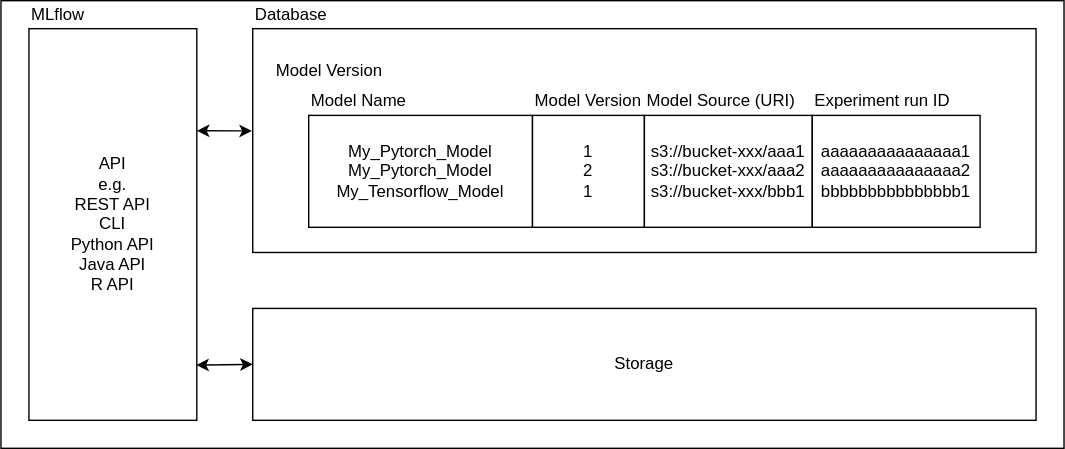
The draw.io diagram mlflow_model_registry.drawio.svg in Minyus/mlflow_docs, before a commit. Source tidied: cells renumbered, new cells last; positions are measured from the earlier drawing's top-left corner, leaving out a move shared by most shapes.
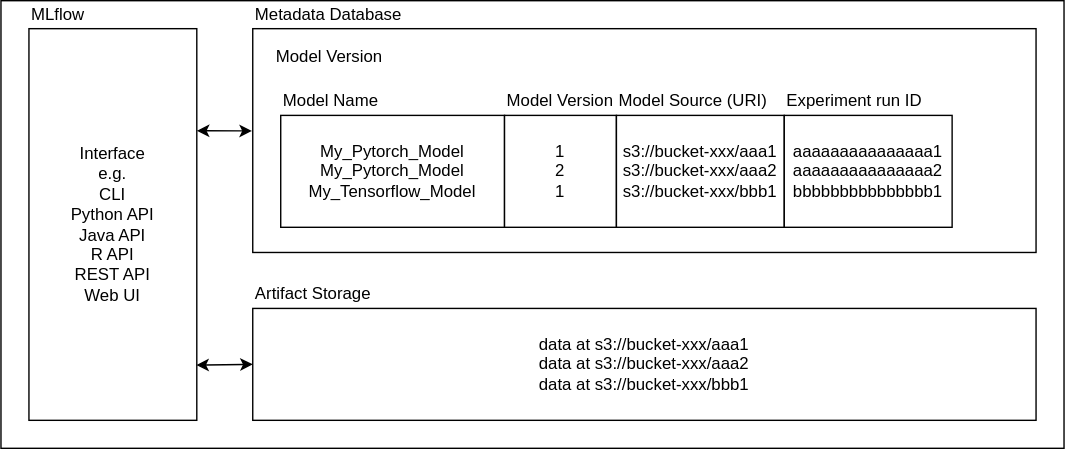
The same diagram one commit later.

Commit message:
Update model registry image

Diff of the diagram source:
```diff
@@ -3,13 +3,13 @@
     <mxCell id="0" />
     <mxCell id="1" parent="0" />
     <mxCell id="2" style="rounded=0;whiteSpace=wrap;html=1;" parent="1" vertex="1">
-      <mxGeometry width="760" height="320" as="geometry" />
+      <mxGeometry x="20" width="760" height="320" as="geometry" />
     </mxCell>
     <mxCell id="3" style="rounded=0;whiteSpace=wrap;html=1;" parent="1" vertex="1">
-      <mxGeometry x="180" y="20" width="560" height="160" as="geometry" />
+      <mxGeometry x="200" y="20" width="560" height="160" as="geometry" />
     </mxCell>
-    <mxCell id="4" value="API&lt;br&gt;e.g.&lt;br&gt;REST API&lt;br&gt;CLI&lt;br&gt;Python API&lt;br&gt;Java API&lt;br&gt;R API" style="rounded=0;whiteSpace=wrap;html=1;" parent="1" vertex="1">
-      <mxGeometry x="20" y="20" width="120" height="280" as="geometry" />
+    <mxCell id="4" value="Interface&lt;br&gt;e.g.&lt;br&gt;CLI&lt;br&gt;Python API&lt;br&gt;Java API&lt;br&gt;R API&lt;br&gt;REST API&lt;br&gt;Web UI" style="rounded=0;whiteSpace=wrap;html=1;" parent="1" vertex="1">
+      <mxGeometry x="40" y="20" width="120" height="280" as="geometry" />
     </mxCell>
     <mxCell id="5" value="My_Pytorch_Model&lt;br&gt;My_Pytorch_Model&lt;br&gt;My_Tensorflow_Model" style="rounded=0;whiteSpace=wrap;html=1;" parent="1" vertex="1">
       <mxGeometry x="220" y="82" width="160" height="80" as="geometry" />
@@ -29,22 +29,22 @@
     <mxCell id="10" value="Model Source (URI)" style="text;html=1;strokeColor=none;fillColor=none;align=left;verticalAlign=middle;whiteSpace=wrap;rounded=0;" parent="1" vertex="1">
       <mxGeometry x="460" y="62" width="110" height="20" as="geometry" />
     </mxCell>
-    <mxCell id="11" value="Database" style="text;html=1;strokeColor=none;fillColor=none;align=left;verticalAlign=middle;whiteSpace=wrap;rounded=0;" parent="1" vertex="1">
-      <mxGeometry x="180" width="70" height="20" as="geometry" />
+    <mxCell id="11" value="Metadata Database" style="text;html=1;strokeColor=none;fillColor=none;align=left;verticalAlign=middle;whiteSpace=wrap;rounded=0;" parent="1" vertex="1">
+      <mxGeometry x="200" width="110" height="20" as="geometry" />
     </mxCell>
-    <mxCell id="12" value="Storage" style="rounded=0;whiteSpace=wrap;html=1;" parent="1" vertex="1">
-      <mxGeometry x="180" y="220" width="560" height="80" as="geometry" />
+    <mxCell id="12" value="&lt;span&gt;data at s3://bucket-xxx/aaa1&lt;/span&gt;&lt;br&gt;data at&amp;nbsp;&lt;span&gt;s3://bucket-xxx/aaa2&lt;/span&gt;&lt;br&gt;data at&amp;nbsp;&lt;span&gt;s3://bucket-xxx/bbb1&lt;/span&gt;" style="rounded=0;whiteSpace=wrap;html=1;" parent="1" vertex="1">
+      <mxGeometry x="200" y="220" width="560" height="80" as="geometry" />
     </mxCell>
     <mxCell id="13" style="endArrow=classic;startArrow=classic;html=1;entryX=-0.001;entryY=0.457;entryDx=0;entryDy=0;entryPerimeter=0;" parent="1" edge="1" target="3">
       <mxGeometry relative="1" as="geometry">
-        <mxPoint x="140" y="93" as="sourcePoint" />
+        <mxPoint x="160" y="93" as="sourcePoint" />
       </mxGeometry>
     </mxCell>
     <mxCell id="14" style="endArrow=classic;startArrow=classic;html=1;exitX=0.997;exitY=0.859;exitDx=0;exitDy=0;exitPerimeter=0;entryX=0;entryY=0.5;entryDx=0;entryDy=0;" parent="1" edge="1" source="4" target="12">
       <mxGeometry relative="1" as="geometry" />
     </mxCell>
     <mxCell id="15" value="MLflow" style="text;html=1;strokeColor=none;fillColor=none;align=left;verticalAlign=middle;whiteSpace=wrap;rounded=0;" parent="1" vertex="1">
-      <mxGeometry x="20" width="70" height="20" as="geometry" />
+      <mxGeometry x="40" width="70" height="20" as="geometry" />
     </mxCell>
     <mxCell id="16" value="aaaaaaaaaaaaaaa1&lt;br&gt;aaaaaaaaaaaaaaa2&lt;br&gt;bbbbbbbbbbbbbbb1" style="rounded=0;whiteSpace=wrap;html=1;" parent="1" vertex="1">
       <mxGeometry x="580" y="82" width="120" height="80" as="geometry" />
@@ -53,7 +53,10 @@
       <mxGeometry x="580" y="62" width="110" height="20" as="geometry" />
     </mxCell>
     <mxCell id="18" value="Model Version" style="text;html=1;strokeColor=none;fillColor=none;align=center;verticalAlign=middle;whiteSpace=wrap;rounded=0;" parent="1" vertex="1">
-      <mxGeometry x="190" y="40" width="90" height="20" as="geometry" />
+      <mxGeometry x="210" y="30" width="90" height="20" as="geometry" />
     </mxCell>
+    <mxCell id="19" value="Artifact Storage" style="text;html=1;strokeColor=none;fillColor=none;align=left;verticalAlign=middle;whiteSpace=wrap;rounded=0;" parent="1" vertex="1">
+      <mxGeometry x="200" y="200" width="90" height="20" as="geometry" />
+    </mxCell>
   </root>
 </mxGraphModel>
```
